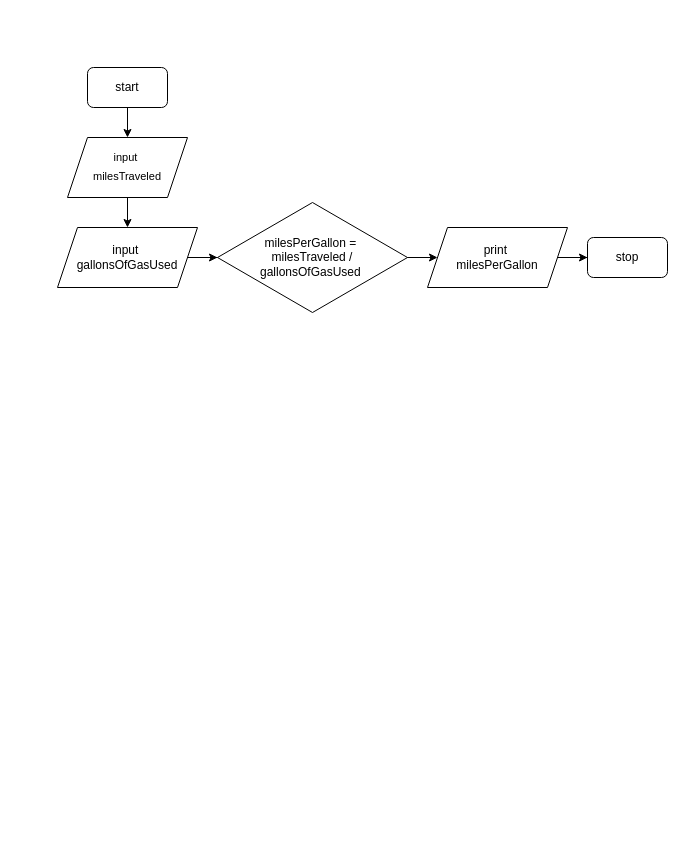
Above: SDEV120.drawio in alo77/SDEV120 (draw.io), before the change. Source tidied: cells renumbered, new cells numbered last; positions are measured from the earlier drawing's top-left corner, leaving out a move shared by most shapes. Both pictures are drawn from the tidied source at 100%, with x=0, y=0 at pixel (57, 67).
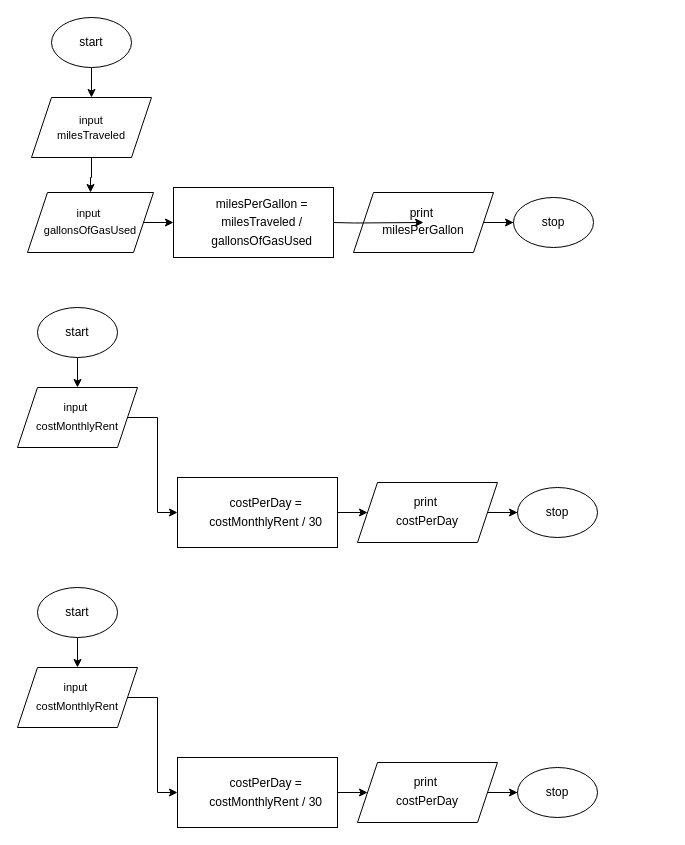
After the change.

Diff of the diagram source:
```diff
@@
-    <mxCell id="2" style="edgeStyle=orthogonalEdgeStyle;rounded=0;jettySize=auto;html=1;" parent="1" edge="1" source="3" target="5">
-      <mxGeometry relative="1" as="geometry" />
-    </mxCell>
-    <mxCell id="3" value="start" style="rounded=1;whiteSpace=wrap;html=1;fontSize=12;glass=0;strokeWidth=1;shadow=0;" parent="1" vertex="1">
-      <mxGeometry x="30" width="80" height="40" as="geometry" />
-    </mxCell>
-    <mxCell id="4" style="edgeStyle=orthogonalEdgeStyle;rounded=0;jettySize=auto;html=1;entryX=0.5;entryY=0;entryDx=0;entryDy=0;" parent="1" edge="1" source="5" target="7">
-      <mxGeometry relative="1" as="geometry" />
-    </mxCell>
+    <mxCell id="13" style="edgeStyle=orthogonalEdgeStyle;rounded=0;jettySize=auto;html=1;entryX=0;entryY=0.5;entryDx=0;entryDy=0;" parent="1" edge="1" source="5" target="19">
+      <mxGeometry relative="1" as="geometry" />
+    </mxCell>
-    <mxCell id="5" value="&lt;font style=&quot;font-size: 11px;&quot;&gt;input&amp;nbsp;&lt;/font&gt;&lt;div&gt;&lt;font style=&quot;font-size: 11px;&quot;&gt;&lt;span style=&quot;text-align: start; line-height: 18.4px; font-family: Aptos, sans-serif;&quot;&gt;milesTraveled&lt;/span&gt;&lt;/font&gt;&lt;span style=&quot;font-family: -webkit-standard; font-size: medium; text-align: start;&quot;&gt;&lt;/span&gt;&lt;/div&gt;" style="shape=parallelogram;perimeter=parallelogramPerimeter;whiteSpace=wrap;html=1;fixedSize=1;" parent="1" vertex="1">
-      <mxGeometry x="10" y="70" width="120" height="60" as="geometry" />
+    <mxCell id="5" value="&lt;font style=&quot;font-size: 11px;&quot;&gt;input&lt;/font&gt;&lt;font style=&quot;font-size: 11px;&quot;&gt;&lt;font style=&quot;font-size: 11px;&quot;&gt;&amp;nbsp;&lt;/font&gt;&lt;/font&gt;&lt;div&gt;&lt;font style=&quot;font-size: 11px;&quot;&gt;&lt;span style=&quot;text-align: start; line-height: 18.4px; font-family: Aptos, sans-serif;&quot;&gt;costMonthlyRent&lt;/span&gt;&lt;/font&gt;&lt;span style=&quot;font-family: -webkit-standard; font-size: medium; text-align: start;&quot;&gt;&lt;/span&gt;&lt;br&gt;&lt;/div&gt;" style="shape=parallelogram;perimeter=parallelogramPerimeter;whiteSpace=wrap;html=1;fixedSize=1;" parent="1" vertex="1">
+      <mxGeometry x="-40" y="320" width="120" height="60" as="geometry" />
     </mxCell>
-    <mxCell id="6" style="edgeStyle=orthogonalEdgeStyle;rounded=0;jettySize=auto;html=1;" parent="1" edge="1" source="7" target="9">
-      <mxGeometry relative="1" as="geometry" />
-    </mxCell>
+    <mxCell id="14" style="edgeStyle=orthogonalEdgeStyle;rounded=0;jettySize=auto;html=1;" parent="1" edge="1" source="11" target="17">
+      <mxGeometry relative="1" as="geometry" />
+    </mxCell>
+    <mxCell id="11" value="print&amp;nbsp;&lt;div&gt;&lt;span style=&quot;text-align: start; line-height: 18.4px; font-family: Aptos, sans-serif;&quot;&gt;&lt;font style=&quot;font-size: 12px;&quot;&gt;costPerDay&lt;/font&gt;&lt;/span&gt;&lt;span style=&quot;font-family: -webkit-standard; font-size: medium; text-align: start;&quot;&gt;&lt;/span&gt;&lt;br&gt;&lt;/div&gt;" style="shape=parallelogram;perimeter=parallelogramPerimeter;whiteSpace=wrap;html=1;fixedSize=1;" parent="1" vertex="1">
+      <mxGeometry x="300" y="415" width="140" height="60" as="geometry" />
+    </mxCell>
+    <mxCell id="15" style="edgeStyle=orthogonalEdgeStyle;rounded=0;jettySize=auto;html=1;" parent="1" edge="1" source="16" target="5">
+      <mxGeometry relative="1" as="geometry" />
+    </mxCell>
+    <mxCell id="16" value="start" style="ellipse;whiteSpace=wrap;html=1;" parent="1" vertex="1">
+      <mxGeometry x="-20" y="240" width="80" height="50" as="geometry" />
+    </mxCell>
+    <mxCell id="17" value="stop" style="ellipse;whiteSpace=wrap;html=1;" parent="1" vertex="1">
+      <mxGeometry x="460" y="420" width="80" height="50" as="geometry" />
+    </mxCell>
+    <mxCell id="18" style="edgeStyle=orthogonalEdgeStyle;rounded=0;jettySize=auto;html=1;" parent="1" edge="1" source="19" target="11">
+      <mxGeometry relative="1" as="geometry" />
+    </mxCell>
+    <mxCell id="19" value="&lt;p style=&quot;margin: 0in 0in 0in 13pt; line-height: 18.4px; font-family: Aptos, sans-serif;&quot; class=&quot;MsoNormal&quot;&gt;costPerDay = costMonthlyRent / 30&lt;/p&gt;" style="rounded=0;whiteSpace=wrap;html=1;" parent="1" vertex="1">
+      <mxGeometry x="120" y="410" width="160" height="70" as="geometry" />
+    </mxCell>
+    <mxCell id="20" style="edgeStyle=orthogonalEdgeStyle;rounded=0;jettySize=auto;html=1;" parent="1" edge="1" source="21" target="7">
+      <mxGeometry relative="1" as="geometry" />
+    </mxCell>
+    <mxCell id="21" value="&lt;span style=&quot;font-size: 11px;&quot;&gt;input&lt;/span&gt;&lt;div&gt;&lt;span style=&quot;font-size: 11px;&quot;&gt;milesTraveled&lt;/span&gt;&lt;/div&gt;" style="shape=parallelogram;perimeter=parallelogramPerimeter;whiteSpace=wrap;html=1;fixedSize=1;" parent="1" vertex="1">
+      <mxGeometry x="-26" y="30" width="120" height="60" as="geometry" />
+    </mxCell>
+    <mxCell id="22" style="edgeStyle=orthogonalEdgeStyle;rounded=0;jettySize=auto;html=1;" parent="1" edge="1" source="23" target="26">
+      <mxGeometry relative="1" as="geometry" />
+    </mxCell>
+    <mxCell id="23" value="print&amp;nbsp;&lt;div&gt;&lt;span style=&quot;text-align: start; line-height: 18.4px; font-family: Aptos, sans-serif;&quot;&gt;&lt;font style=&quot;font-size: 12px;&quot;&gt;milesPerGallon&lt;/font&gt;&lt;/span&gt;&lt;br&gt;&lt;/div&gt;" style="shape=parallelogram;perimeter=parallelogramPerimeter;whiteSpace=wrap;html=1;fixedSize=1;" parent="1" vertex="1">
+      <mxGeometry x="296" y="125" width="140" height="60" as="geometry" />
+    </mxCell>
+    <mxCell id="24" style="edgeStyle=orthogonalEdgeStyle;rounded=0;jettySize=auto;html=1;" parent="1" edge="1" source="25" target="21">
+      <mxGeometry relative="1" as="geometry" />
+    </mxCell>
+    <mxCell id="25" value="start" style="ellipse;whiteSpace=wrap;html=1;" parent="1" vertex="1">
+      <mxGeometry x="-6" y="-50" width="80" height="50" as="geometry" />
+    </mxCell>
+    <mxCell id="26" value="stop" style="ellipse;whiteSpace=wrap;html=1;" parent="1" vertex="1">
+      <mxGeometry x="456" y="130" width="80" height="50" as="geometry" />
+    </mxCell>
+    <mxCell id="27" style="edgeStyle=orthogonalEdgeStyle;rounded=0;jettySize=auto;html=1;" parent="1" edge="1" target="23">
+      <mxGeometry relative="1" as="geometry">
+        <mxPoint x="276" y="155" as="sourcePoint" />
+      </mxGeometry>
+    </mxCell>
+    <mxCell id="9" value="&lt;p style=&quot;margin: 0in 0in 0in 13pt; line-height: 18.4px; font-family: Aptos, sans-serif;&quot; class=&quot;MsoNormal&quot;&gt;milesPerGallon = milesTraveled / gallonsOfGasUsed&lt;/p&gt;" style="rounded=0;whiteSpace=wrap;html=1;" parent="1" vertex="1">
+      <mxGeometry x="116" y="120" width="160" height="70" as="geometry" />
+    </mxCell>
+    <mxCell id="28" style="edgeStyle=orthogonalEdgeStyle;rounded=0;jettySize=auto;html=1;" parent="1" edge="1" source="7">
+      <mxGeometry relative="1" as="geometry">
+        <mxPoint x="116" y="155" as="targetPoint" />
+      </mxGeometry>
+    </mxCell>
-    <mxCell id="7" value="input&amp;nbsp;&lt;div&gt;gallonsOfGasUsed&lt;/div&gt;" style="shape=parallelogram;perimeter=parallelogramPerimeter;whiteSpace=wrap;html=1;fixedSize=1;" parent="1" vertex="1">
-      <mxGeometry y="160" width="140" height="60" as="geometry" />
+    <mxCell id="7" value="&lt;font style=&quot;font-size: 11px;&quot;&gt;input&lt;/font&gt;&lt;font style=&quot;font-size: 11px;&quot;&gt;&lt;font style=&quot;font-size: 11px;&quot;&gt;&amp;nbsp;&lt;/font&gt;&lt;/font&gt;&lt;div&gt;&lt;font style=&quot;font-size: 11px;&quot;&gt;&lt;span style=&quot;text-align: start; line-height: 18.4px; font-family: Aptos, sans-serif;&quot;&gt;gallonsOfGasUsed&lt;/span&gt;&lt;/font&gt;&lt;br&gt;&lt;/div&gt;" style="shape=parallelogram;perimeter=parallelogramPerimeter;whiteSpace=wrap;html=1;fixedSize=1;" parent="1" vertex="1">
+      <mxGeometry x="-30" y="125" width="126" height="60" as="geometry" />
     </mxCell>
-    <mxCell id="8" style="edgeStyle=orthogonalEdgeStyle;rounded=0;jettySize=auto;html=1;" parent="1" edge="1" source="9" target="11">
-      <mxGeometry relative="1" as="geometry" />
-    </mxCell>
-    <mxCell id="9" value="&lt;div&gt;&lt;br&gt;&lt;/div&gt;milesPerGallon =&amp;nbsp;&lt;div&gt;milesTraveled /&lt;/div&gt;&lt;div&gt;gallonsOfGasUsed&amp;nbsp;&lt;div&gt;&lt;br&gt;&lt;/div&gt;&lt;/div&gt;" style="rhombus;whiteSpace=wrap;html=1;" parent="1" vertex="1">
-      <mxGeometry x="160" y="135" width="190" height="110" as="geometry" />
-    </mxCell>
-    <mxCell id="10" style="edgeStyle=orthogonalEdgeStyle;rounded=0;jettySize=auto;html=1;" parent="1" edge="1" source="11" target="12">
-      <mxGeometry relative="1" as="geometry" />
-    </mxCell>
-    <mxCell id="11" value="print&amp;nbsp;&lt;div&gt;milesPerGallon&lt;/div&gt;" style="shape=parallelogram;perimeter=parallelogramPerimeter;whiteSpace=wrap;html=1;fixedSize=1;" parent="1" vertex="1">
-      <mxGeometry x="370" y="160" width="140" height="60" as="geometry" />
-    </mxCell>
-    <mxCell id="12" value="stop" style="rounded=1;whiteSpace=wrap;html=1;fontSize=12;glass=0;strokeWidth=1;shadow=0;" parent="1" vertex="1">
-      <mxGeometry x="530" y="170" width="80" height="40" as="geometry" />
-    </mxCell>
+    <mxCell id="29" style="edgeStyle=orthogonalEdgeStyle;rounded=0;jettySize=auto;html=1;entryX=0;entryY=0.5;entryDx=0;entryDy=0;" parent="1" edge="1" source="30" target="37">
+      <mxGeometry relative="1" as="geometry" />
+    </mxCell>
+    <mxCell id="30" value="&lt;font style=&quot;font-size: 11px;&quot;&gt;input&lt;/font&gt;&lt;font style=&quot;font-size: 11px;&quot;&gt;&lt;font style=&quot;font-size: 11px;&quot;&gt;&amp;nbsp;&lt;/font&gt;&lt;/font&gt;&lt;div&gt;&lt;font style=&quot;font-size: 11px;&quot;&gt;&lt;span style=&quot;text-align: start; line-height: 18.4px; font-family: Aptos, sans-serif;&quot;&gt;costMonthlyRent&lt;/span&gt;&lt;/font&gt;&lt;span style=&quot;font-family: -webkit-standard; font-size: medium; text-align: start;&quot;&gt;&lt;/span&gt;&lt;br&gt;&lt;/div&gt;" style="shape=parallelogram;perimeter=parallelogramPerimeter;whiteSpace=wrap;html=1;fixedSize=1;" parent="1" vertex="1">
+      <mxGeometry x="-40" y="600" width="120" height="60" as="geometry" />
+    </mxCell>
+    <mxCell id="31" style="edgeStyle=orthogonalEdgeStyle;rounded=0;jettySize=auto;html=1;" parent="1" edge="1" source="32" target="35">
+      <mxGeometry relative="1" as="geometry" />
+    </mxCell>
+    <mxCell id="32" value="print&amp;nbsp;&lt;div&gt;&lt;span style=&quot;text-align: start; line-height: 18.4px; font-family: Aptos, sans-serif;&quot;&gt;&lt;font style=&quot;font-size: 12px;&quot;&gt;costPerDay&lt;/font&gt;&lt;/span&gt;&lt;span style=&quot;font-family: -webkit-standard; font-size: medium; text-align: start;&quot;&gt;&lt;/span&gt;&lt;br&gt;&lt;/div&gt;" style="shape=parallelogram;perimeter=parallelogramPerimeter;whiteSpace=wrap;html=1;fixedSize=1;" parent="1" vertex="1">
+      <mxGeometry x="300" y="695" width="140" height="60" as="geometry" />
+    </mxCell>
+    <mxCell id="33" style="edgeStyle=orthogonalEdgeStyle;rounded=0;jettySize=auto;html=1;" parent="1" edge="1" source="34" target="30">
+      <mxGeometry relative="1" as="geometry" />
+    </mxCell>
+    <mxCell id="34" value="start" style="ellipse;whiteSpace=wrap;html=1;" parent="1" vertex="1">
+      <mxGeometry x="-20" y="520" width="80" height="50" as="geometry" />
+    </mxCell>
+    <mxCell id="35" value="stop" style="ellipse;whiteSpace=wrap;html=1;" parent="1" vertex="1">
+      <mxGeometry x="460" y="700" width="80" height="50" as="geometry" />
+    </mxCell>
+    <mxCell id="36" style="edgeStyle=orthogonalEdgeStyle;rounded=0;jettySize=auto;html=1;" parent="1" edge="1" source="37" target="32">
+      <mxGeometry relative="1" as="geometry" />
+    </mxCell>
+    <mxCell id="37" value="&lt;p style=&quot;margin: 0in 0in 0in 13pt; line-height: 18.4px; font-family: Aptos, sans-serif;&quot; class=&quot;MsoNormal&quot;&gt;costPerDay = costMonthlyRent / 30&lt;/p&gt;" style="rounded=0;whiteSpace=wrap;html=1;" parent="1" vertex="1">
+      <mxGeometry x="120" y="690" width="160" height="70" as="geometry" />
+    </mxCell>
```
